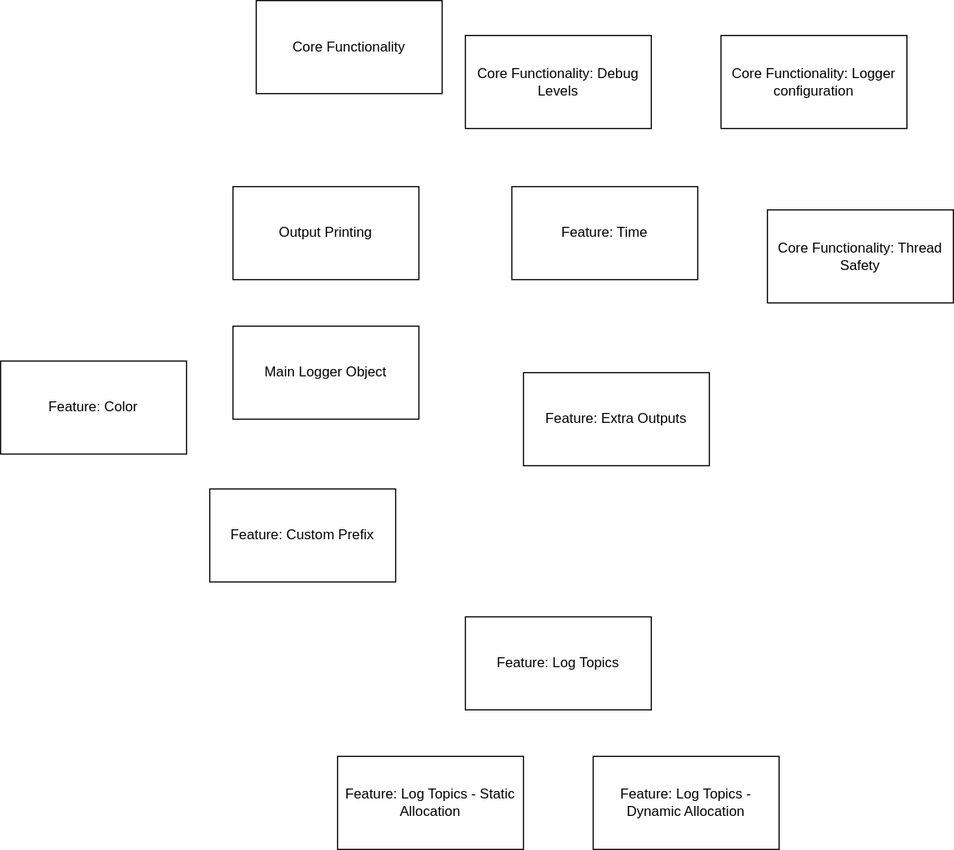
The draw.io diagram doc/sections.drawio.svg in an-dr/microlog, before a commit. Source tidied: cells renumbered, new cells last; positions are measured from the earlier drawing's top-left corner, leaving out a move shared by most shapes.
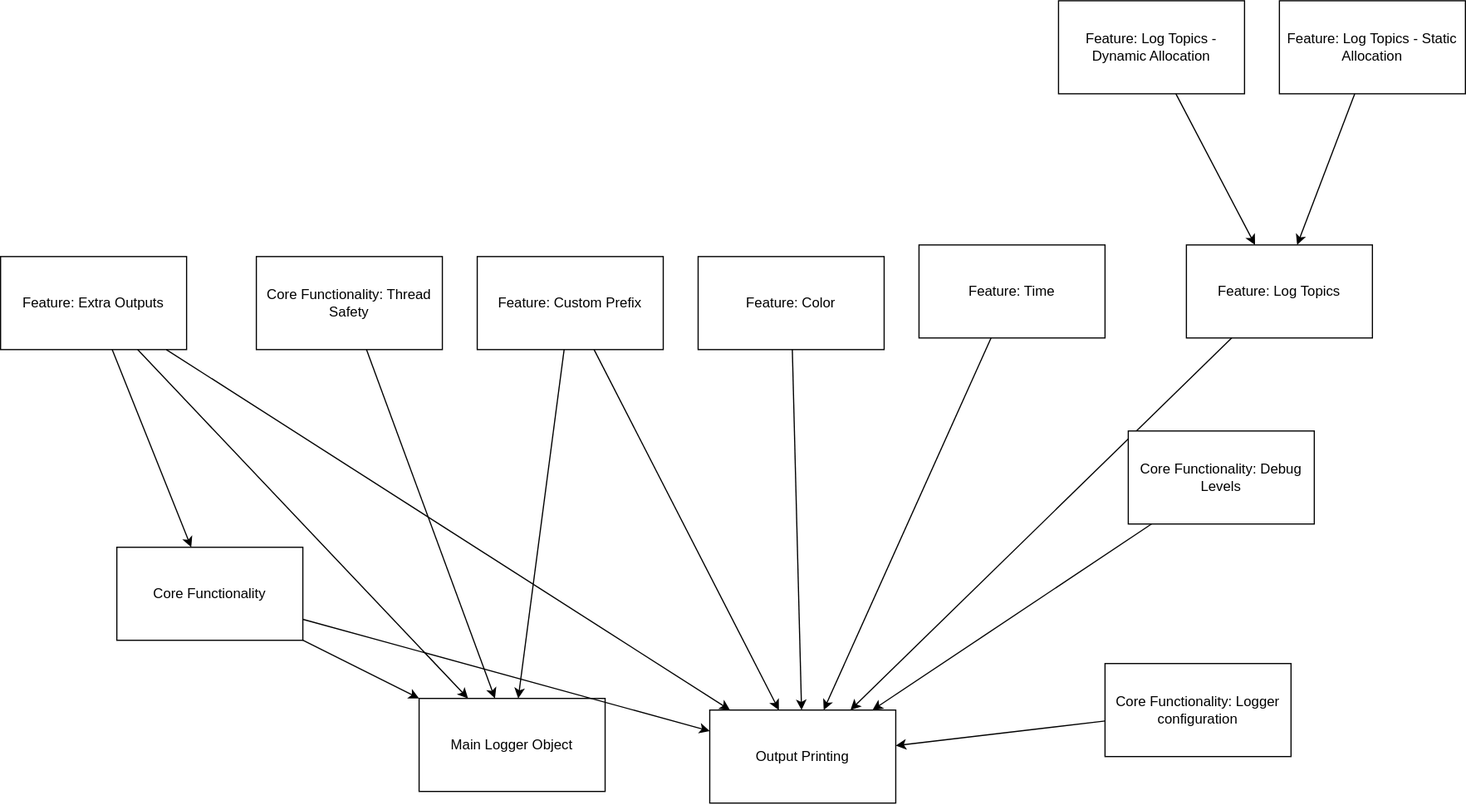
Above is the later version.

Commit message:
Add deps, TODO: disassemble main logger object between features

What changed in the source:
```diff
@@ -3,43 +3,88 @@
     <mxCell id="0" />
     <mxCell id="1" parent="0" />
     <mxCell id="2" value="Output Printing" style="rounded=0;whiteSpace=wrap;html=1;" parent="1" vertex="1">
-      <mxGeometry x="200" y="160" width="160" height="80" as="geometry" />
+      <mxGeometry x="640" y="910" width="160" height="80" as="geometry" />
     </mxCell>
     <mxCell id="3" value="Main Logger Object" style="rounded=0;whiteSpace=wrap;html=1;" parent="1" vertex="1">
-      <mxGeometry x="200" y="280" width="160" height="80" as="geometry" />
+      <mxGeometry x="390" y="900" width="160" height="80" as="geometry" />
     </mxCell>
+    <mxCell id="15" style="edgeStyle=none;html=1;" parent="1" edge="1" source="4" target="2">
+      <mxGeometry relative="1" as="geometry" />
+    </mxCell>
     <mxCell id="4" value="Feature: Time" style="rounded=0;whiteSpace=wrap;html=1;" parent="1" vertex="1">
-      <mxGeometry x="440" y="160" width="160" height="80" as="geometry" />
+      <mxGeometry x="820" y="510" width="160" height="80" as="geometry" />
     </mxCell>
+    <mxCell id="16" style="edgeStyle=none;html=1;" parent="1" edge="1" source="5" target="7">
+      <mxGeometry relative="1" as="geometry" />
+    </mxCell>
     <mxCell id="5" value="Feature: Log Topics - Static Allocation" style="rounded=0;whiteSpace=wrap;html=1;" parent="1" vertex="1">
-      <mxGeometry x="290" y="650" width="160" height="80" as="geometry" />
+      <mxGeometry x="1130" y="300" width="160" height="80" as="geometry" />
     </mxCell>
+    <mxCell id="17" style="edgeStyle=none;html=1;" parent="1" edge="1" source="6" target="7">
+      <mxGeometry relative="1" as="geometry" />
+    </mxCell>
     <mxCell id="6" value="Feature: Log Topics - Dynamic Allocation" style="rounded=0;whiteSpace=wrap;html=1;" parent="1" vertex="1">
-      <mxGeometry x="510" y="650" width="160" height="80" as="geometry" />
+      <mxGeometry x="940" y="300" width="160" height="80" as="geometry" />
     </mxCell>
+    <mxCell id="18" style="edgeStyle=none;html=1;" parent="1" edge="1" source="7" target="2">
+      <mxGeometry relative="1" as="geometry" />
+    </mxCell>
     <mxCell id="7" value="Feature: Log Topics" style="rounded=0;whiteSpace=wrap;html=1;" parent="1" vertex="1">
-      <mxGeometry x="400" y="530" width="160" height="80" as="geometry" />
+      <mxGeometry x="1050" y="510" width="160" height="80" as="geometry" />
     </mxCell>
+    <mxCell id="19" style="edgeStyle=none;html=1;" parent="1" edge="1" source="8" target="14">
+      <mxGeometry relative="1" as="geometry" />
+    </mxCell>
+    <mxCell id="20" style="edgeStyle=none;html=1;" parent="1" edge="1" source="8" target="2">
+      <mxGeometry relative="1" as="geometry" />
+    </mxCell>
+    <mxCell id="21" style="edgeStyle=none;html=1;" parent="1" edge="1" source="8" target="3">
+      <mxGeometry relative="1" as="geometry" />
+    </mxCell>
     <mxCell id="8" value="Feature: Extra Outputs" style="rounded=0;whiteSpace=wrap;html=1;" parent="1" vertex="1">
-      <mxGeometry x="450" y="320" width="160" height="80" as="geometry" />
+      <mxGeometry x="30" y="520" width="160" height="80" as="geometry" />
     </mxCell>
+    <mxCell id="22" style="edgeStyle=none;html=1;" parent="1" edge="1" source="9" target="2">
+      <mxGeometry relative="1" as="geometry" />
+    </mxCell>
+    <mxCell id="23" style="edgeStyle=none;html=1;" parent="1" edge="1" source="9" target="3">
+      <mxGeometry relative="1" as="geometry" />
+    </mxCell>
     <mxCell id="9" value="Feature: Custom Prefix" style="rounded=0;whiteSpace=wrap;html=1;" parent="1" vertex="1">
-      <mxGeometry x="180" y="420" width="160" height="80" as="geometry" />
+      <mxGeometry x="440" y="520" width="160" height="80" as="geometry" />
     </mxCell>
+    <mxCell id="24" style="edgeStyle=none;html=1;" parent="1" edge="1" source="10" target="2">
+      <mxGeometry relative="1" as="geometry" />
+    </mxCell>
     <mxCell id="10" value="Feature: Color" style="rounded=0;whiteSpace=wrap;html=1;" parent="1" vertex="1">
-      <mxGeometry y="310" width="160" height="80" as="geometry" />
+      <mxGeometry x="630" y="520" width="160" height="80" as="geometry" />
     </mxCell>
+    <mxCell id="25" style="edgeStyle=none;html=1;" parent="1" edge="1" source="11" target="3">
+      <mxGeometry relative="1" as="geometry" />
+    </mxCell>
     <mxCell id="11" value="Core Functionality: Thread Safety" style="rounded=0;whiteSpace=wrap;html=1;" parent="1" vertex="1">
-      <mxGeometry x="660" y="180" width="160" height="80" as="geometry" />
+      <mxGeometry x="250" y="520" width="160" height="80" as="geometry" />
     </mxCell>
+    <mxCell id="26" style="edgeStyle=none;html=1;" parent="1" edge="1" source="12" target="2">
+      <mxGeometry relative="1" as="geometry" />
+    </mxCell>
     <mxCell id="12" value="Core Functionality: Logger configuration" style="rounded=0;whiteSpace=wrap;html=1;" parent="1" vertex="1">
-      <mxGeometry x="620" y="30" width="160" height="80" as="geometry" />
+      <mxGeometry x="980" y="870" width="160" height="80" as="geometry" />
     </mxCell>
+    <mxCell id="27" style="edgeStyle=none;html=1;" parent="1" edge="1" source="13" target="2">
+      <mxGeometry relative="1" as="geometry" />
+    </mxCell>
     <mxCell id="13" value="Core Functionality: Debug Levels" style="rounded=0;whiteSpace=wrap;html=1;" parent="1" vertex="1">
-      <mxGeometry x="400" y="30" width="160" height="80" as="geometry" />
+      <mxGeometry x="1000" y="670" width="160" height="80" as="geometry" />
     </mxCell>
+    <mxCell id="28" style="edgeStyle=none;html=1;" parent="1" edge="1" source="14" target="3">
+      <mxGeometry relative="1" as="geometry" />
+    </mxCell>
+    <mxCell id="29" style="edgeStyle=none;html=1;" parent="1" edge="1" source="14" target="2">
+      <mxGeometry relative="1" as="geometry" />
+    </mxCell>
     <mxCell id="14" value="Core Functionality" style="rounded=0;whiteSpace=wrap;html=1;" parent="1" vertex="1">
-      <mxGeometry x="220" width="160" height="80" as="geometry" />
+      <mxGeometry x="130" y="770" width="160" height="80" as="geometry" />
     </mxCell>
   </root>
 </mxGraphModel>
```
